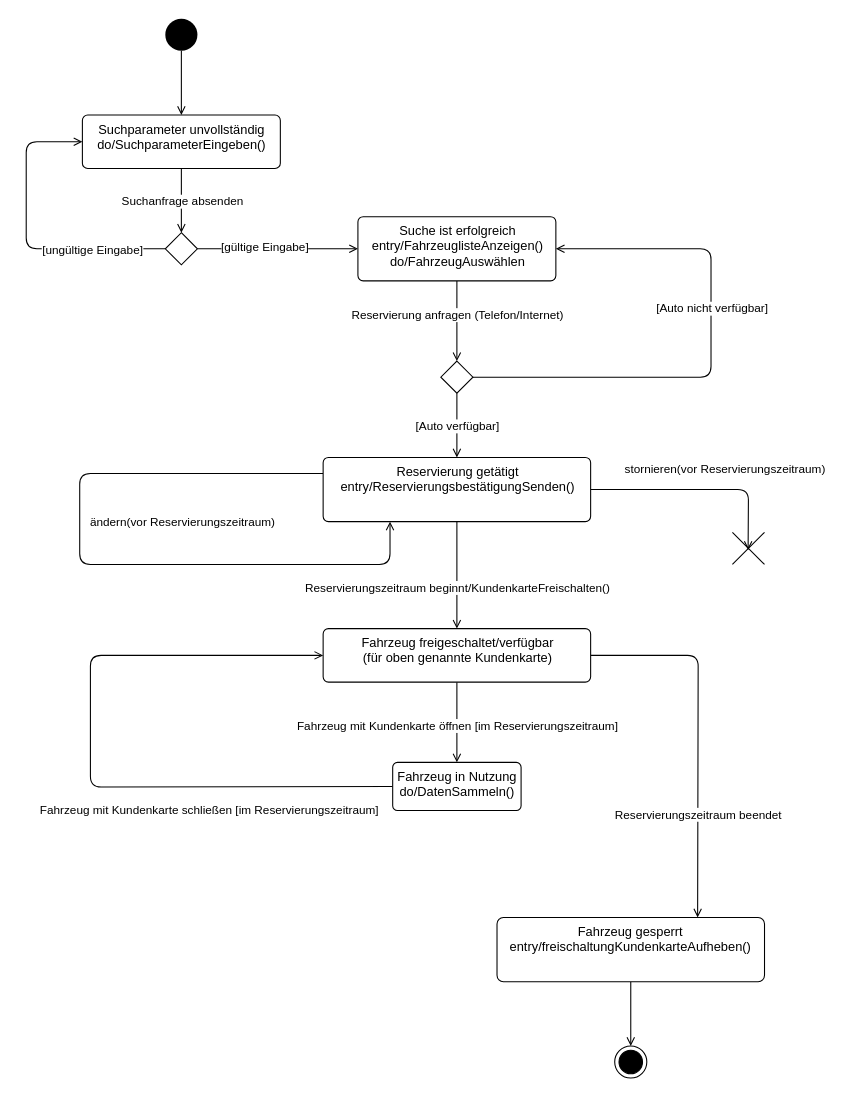
Above: Mini-Praktikum/e-Zustandsdiagramm-Praktikum.drawio in TheBlackDragon4/SWE-HS-Co-Se5 (draw.io), before the change. Source tidied: cells renumbered, new cells numbered last; positions are measured from the earlier drawing's top-left corner, leaving out a move shared by most shapes. Both pictures are drawn from the tidied source at 107%, with x=0, y=0 at pixel (26, 18).
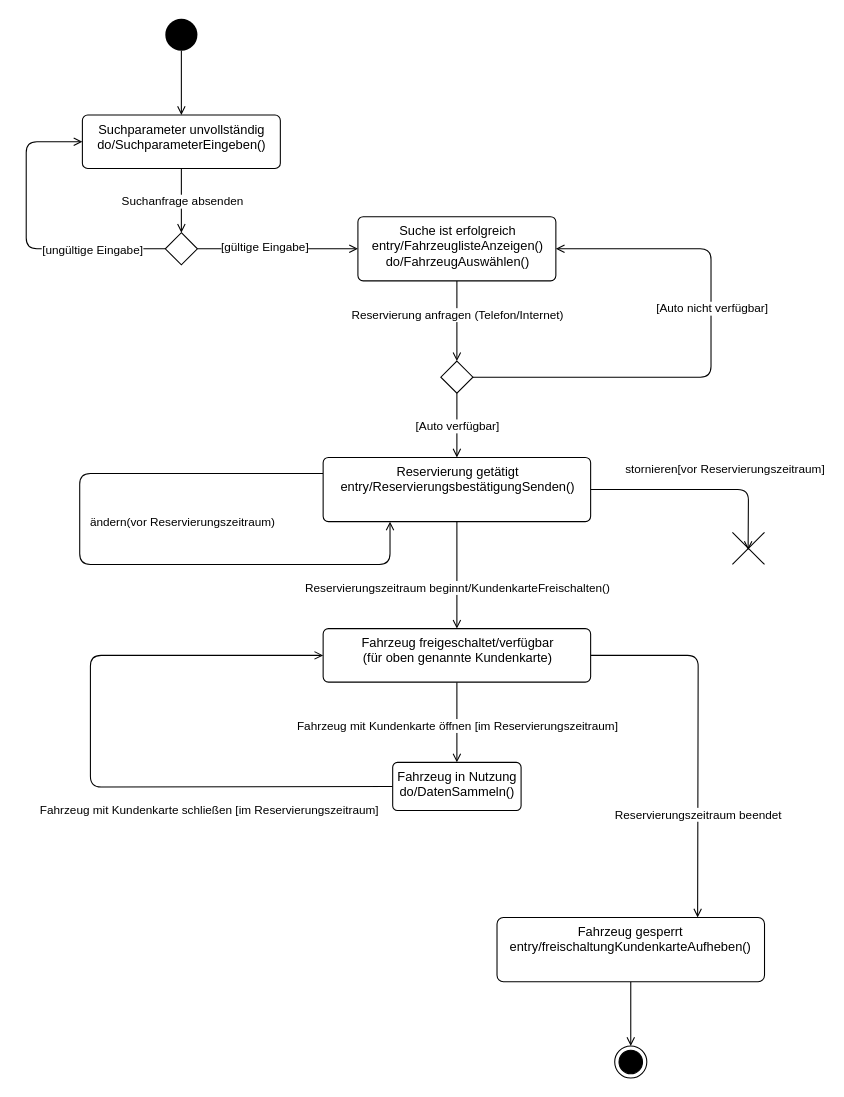
After the change.

Unchanged cells that the change refers to:
```xml
<mxCell id="22" style="edgeStyle=none;html=1;endArrow=open;endFill=0;entryX=0.489;entryY=0.549;entryDx=0;entryDy=0;entryPerimeter=0;" parent="1" edge="1" source="26" target="27">
  <mxGeometry relative="1" as="geometry">
    <Array as="points">
      <mxPoint x="675" y="440" />
    </Array>
  </mxGeometry>
</mxCell>
```

The edit, as a diff of the source:
```diff
@@
-    <mxCell id="14" value="Suche ist erfolgreich&lt;br&gt;entry/FahrzeuglisteAnzeigen()&lt;br&gt;do/FahrzeugAuswählen&lt;br&gt;" style="html=1;align=center;verticalAlign=top;rounded=1;absoluteArcSize=1;arcSize=10;dashed=0;" parent="1" vertex="1">
+    <mxCell id="14" value="Suche ist erfolgreich&lt;br&gt;entry/FahrzeuglisteAnzeigen()&lt;br&gt;do/FahrzeugAuswählen()" style="html=1;align=center;verticalAlign=top;rounded=1;absoluteArcSize=1;arcSize=10;dashed=0;" parent="1" vertex="1">
       <mxGeometry x="310" y="185" width="185" height="60" as="geometry" />
     </mxCell>
@@
-    <mxCell id="23" value="stornieren(vor Reservierungszeitraum)" style="edgeLabel;html=1;align=center;verticalAlign=middle;" parent="22" vertex="1">
+    <mxCell id="23" value="stornieren[vor Reservierungszeitraum]" style="edgeLabel;html=1;align=center;verticalAlign=middle;" parent="22" vertex="1">
       <mxGeometry x="-0.28" y="-1" relative="1" as="geometry">
         <mxPoint x="52" y="-21" as="offset" />
       </mxGeometry>
     </mxCell>
```
